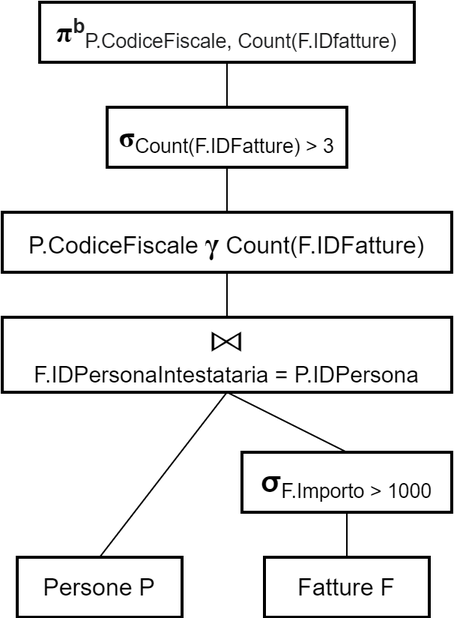
The draw.io diagram Piani di accesso/Albero logico 3.png in alessandro-antonelli/Studio-professionale-fatture, before a commit. Source tidied: cells renumbered, new cells last; positions are measured from the earlier drawing's top-left corner, leaving out a move shared by most shapes. Source of this version:
```xml
<mxGraphModel>
  <root>
    <mxCell id="0" />
    <mxCell id="1" parent="0" />
    <mxCell id="2" value="Persone P" style="text;html=1;fillColor=none;align=center;verticalAlign=middle;whiteSpace=wrap;rounded=0;strokeColor=#000000;strokeWidth=2;fontFamily=Helvetica;fontSize=16;" parent="1" vertex="1">
      <mxGeometry x="10" y="370" width="110" height="40" as="geometry" />
    </mxCell>
    <mxCell id="3" value="Fatture F" style="text;html=1;fillColor=none;align=center;verticalAlign=middle;whiteSpace=wrap;rounded=0;strokeColor=#000000;strokeWidth=2;fontFamily=Helvetica;fontSize=16;" parent="1" vertex="1">
      <mxGeometry x="175" y="370" width="110" height="40" as="geometry" />
    </mxCell>
    <mxCell id="4" value="&lt;span style=&quot;text-align: left&quot;&gt;&lt;b&gt;&lt;font style=&quot;font-size: 20px&quot;&gt;σ&lt;/font&gt;&lt;/b&gt;&lt;sub&gt;F.Importo &amp;gt; 1000&lt;/sub&gt;&lt;/span&gt;" style="text;html=1;fillColor=none;align=center;verticalAlign=middle;whiteSpace=wrap;rounded=0;strokeColor=#000000;strokeWidth=2;fontFamily=Helvetica;fontSize=16;" parent="1" vertex="1">
      <mxGeometry x="160" y="300" width="140" height="40" as="geometry" />
    </mxCell>
    <mxCell id="5" style="endArrow=none;html=1;entryX=0.5;entryY=0;entryDx=0;entryDy=0;exitX=0.5;exitY=1;exitDx=0;exitDy=0;fontFamily=Helvetica;fontSize=16;" parent="1" edge="1" source="4" target="3">
      <mxGeometry relative="1" as="geometry" />
    </mxCell>
    <mxCell id="6" value="&lt;span style=&quot;text-align: left&quot;&gt;&lt;font style=&quot;font-size: 22px&quot;&gt;&lt;b&gt;⨝&lt;/b&gt;&lt;/font&gt;&lt;br&gt;&lt;font style=&quot;font-size: 15px&quot;&gt;F.IDPersonaIntestataria = P.IDPersona&lt;/font&gt;&lt;br style=&quot;font-size: 16px&quot;&gt;&lt;/span&gt;" style="text;html=1;fillColor=none;align=center;verticalAlign=middle;whiteSpace=wrap;rounded=0;strokeColor=#000000;strokeWidth=2;fontFamily=Helvetica;fontSize=16;" parent="1" vertex="1">
      <mxGeometry y="210" width="300" height="50" as="geometry" />
    </mxCell>
    <mxCell id="7" value="P.CodiceFiscale&amp;nbsp;&lt;b&gt;&lt;font style=&quot;font-size: 20px&quot; face=&quot;Times New Roman&quot;&gt;γ&lt;/font&gt;&lt;/b&gt; Count(F.IDFatture)" style="text;html=1;fillColor=none;align=center;verticalAlign=middle;whiteSpace=wrap;rounded=0;strokeColor=#000000;strokeWidth=2;fontFamily=Helvetica;fontSize=16;" parent="1" vertex="1">
      <mxGeometry y="140" width="300" height="40" as="geometry" />
    </mxCell>
    <mxCell id="8" value="&lt;font face=&quot;Times New Roman&quot; size=&quot;1&quot;&gt;&lt;b style=&quot;font-size: 20px&quot;&gt;π&lt;/b&gt;&lt;/font&gt;&lt;font color=&quot;#202122&quot;&gt;&lt;sup&gt;&lt;b&gt;b&lt;/b&gt;&lt;/sup&gt;&lt;sub&gt;P.CodiceFiscale, Count(F.IDfatture)&lt;/sub&gt;&lt;/font&gt;" style="text;html=1;fillColor=none;align=center;verticalAlign=middle;whiteSpace=wrap;rounded=0;strokeColor=#000000;strokeWidth=2;fontFamily=Helvetica;fontSize=16;" parent="1" vertex="1">
      <mxGeometry x="25" width="250" height="40" as="geometry" />
    </mxCell>
    <mxCell id="9" style="endArrow=none;html=1;entryX=0.5;entryY=1;entryDx=0;entryDy=0;exitX=0.5;exitY=0;exitDx=0;exitDy=0;fontFamily=Helvetica;fontSize=16;" parent="1" edge="1" source="2" target="6">
      <mxGeometry relative="1" as="geometry" />
    </mxCell>
    <mxCell id="10" style="endArrow=none;html=1;entryX=0.5;entryY=1;entryDx=0;entryDy=0;exitX=0.5;exitY=0;exitDx=0;exitDy=0;fontFamily=Helvetica;fontSize=16;" parent="1" edge="1" source="4" target="6">
      <mxGeometry relative="1" as="geometry" />
    </mxCell>
    <mxCell id="11" style="endArrow=none;html=1;entryX=0.5;entryY=1;entryDx=0;entryDy=0;exitX=0.5;exitY=0;exitDx=0;exitDy=0;fontFamily=Helvetica;fontSize=16;" parent="1" edge="1" source="6" target="7">
      <mxGeometry relative="1" as="geometry" />
    </mxCell>
    <mxCell id="12" value="&lt;span style=&quot;text-align: left&quot;&gt;&lt;b&gt;&lt;font face=&quot;Times New Roman&quot; style=&quot;font-size: 20px&quot;&gt;σ&lt;/font&gt;&lt;/b&gt;&lt;sub&gt;Count(F.IDFatture) &amp;gt; 3&lt;/sub&gt;&lt;/span&gt;" style="text;html=1;fillColor=none;align=center;verticalAlign=middle;whiteSpace=wrap;rounded=0;strokeColor=#000000;strokeWidth=2;fontFamily=Helvetica;fontSize=16;" parent="1" vertex="1">
      <mxGeometry x="70" y="70" width="160" height="40" as="geometry" />
    </mxCell>
    <mxCell id="13" style="endArrow=none;html=1;exitX=0.5;exitY=1;exitDx=0;exitDy=0;entryX=0.5;entryY=0;entryDx=0;entryDy=0;fontFamily=Helvetica;fontSize=16;" parent="1" edge="1" source="12" target="7">
      <mxGeometry relative="1" as="geometry" />
    </mxCell>
    <mxCell id="14" style="endArrow=none;html=1;entryX=0.5;entryY=0;entryDx=0;entryDy=0;exitX=0.5;exitY=1;exitDx=0;exitDy=0;fontFamily=Helvetica;fontSize=16;" parent="1" edge="1" source="8" target="12">
      <mxGeometry relative="1" as="geometry" />
    </mxCell>
  </root>
</mxGraphModel>
```
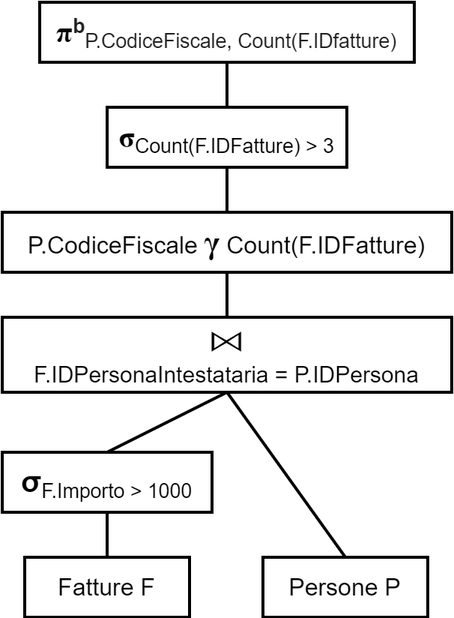
The same file after the commit.

What changed in the source:
```diff
@@ -3,42 +3,42 @@
     <mxCell id="0" />
     <mxCell id="1" parent="0" />
     <mxCell id="2" value="Persone P" style="text;html=1;fillColor=none;align=center;verticalAlign=middle;whiteSpace=wrap;rounded=0;strokeColor=#000000;strokeWidth=2;fontFamily=Helvetica;fontSize=16;" parent="1" vertex="1">
-      <mxGeometry x="10" y="370" width="110" height="40" as="geometry" />
+      <mxGeometry x="174" y="370" width="110" height="40" as="geometry" />
     </mxCell>
     <mxCell id="3" value="Fatture F" style="text;html=1;fillColor=none;align=center;verticalAlign=middle;whiteSpace=wrap;rounded=0;strokeColor=#000000;strokeWidth=2;fontFamily=Helvetica;fontSize=16;" parent="1" vertex="1">
-      <mxGeometry x="175" y="370" width="110" height="40" as="geometry" />
+      <mxGeometry x="15" y="370" width="110" height="40" as="geometry" />
     </mxCell>
     <mxCell id="4" value="&lt;span style=&quot;text-align: left&quot;&gt;&lt;b&gt;&lt;font style=&quot;font-size: 20px&quot;&gt;σ&lt;/font&gt;&lt;/b&gt;&lt;sub&gt;F.Importo &amp;gt; 1000&lt;/sub&gt;&lt;/span&gt;" style="text;html=1;fillColor=none;align=center;verticalAlign=middle;whiteSpace=wrap;rounded=0;strokeColor=#000000;strokeWidth=2;fontFamily=Helvetica;fontSize=16;" parent="1" vertex="1">
-      <mxGeometry x="160" y="300" width="140" height="40" as="geometry" />
+      <mxGeometry y="300" width="140" height="40" as="geometry" />
     </mxCell>
-    <mxCell id="5" style="endArrow=none;html=1;entryX=0.5;entryY=0;entryDx=0;entryDy=0;exitX=0.5;exitY=1;exitDx=0;exitDy=0;fontFamily=Helvetica;fontSize=16;" parent="1" edge="1" source="4" target="3">
+    <mxCell id="5" style="endArrow=none;html=1;entryX=0.5;entryY=0;entryDx=0;entryDy=0;exitX=0.5;exitY=1;exitDx=0;exitDy=0;fontFamily=Helvetica;fontSize=16;strokeWidth=2;" parent="1" edge="1" source="4" target="3">
       <mxGeometry relative="1" as="geometry" />
     </mxCell>
     <mxCell id="6" value="&lt;span style=&quot;text-align: left&quot;&gt;&lt;font style=&quot;font-size: 22px&quot;&gt;&lt;b&gt;⨝&lt;/b&gt;&lt;/font&gt;&lt;br&gt;&lt;font style=&quot;font-size: 15px&quot;&gt;F.IDPersonaIntestataria = P.IDPersona&lt;/font&gt;&lt;br style=&quot;font-size: 16px&quot;&gt;&lt;/span&gt;" style="text;html=1;fillColor=none;align=center;verticalAlign=middle;whiteSpace=wrap;rounded=0;strokeColor=#000000;strokeWidth=2;fontFamily=Helvetica;fontSize=16;" parent="1" vertex="1">
       <mxGeometry y="210" width="300" height="50" as="geometry" />
     </mxCell>
-    <mxCell id="7" value="P.CodiceFiscale&amp;nbsp;&lt;b&gt;&lt;font style=&quot;font-size: 20px&quot; face=&quot;Times New Roman&quot;&gt;γ&lt;/font&gt;&lt;/b&gt; Count(F.IDFatture)" style="text;html=1;fillColor=none;align=center;verticalAlign=middle;whiteSpace=wrap;rounded=0;strokeColor=#000000;strokeWidth=2;fontFamily=Helvetica;fontSize=16;" parent="1" vertex="1">
+    <mxCell id="7" value="P.CodiceFiscale&amp;nbsp;&lt;b&gt;&lt;font style=&quot;font-size: 22px&quot; face=&quot;Times New Roman&quot;&gt;γ&lt;/font&gt;&lt;/b&gt; Count(F.IDFatture)" style="text;html=1;fillColor=none;align=center;verticalAlign=middle;whiteSpace=wrap;rounded=0;strokeColor=#000000;strokeWidth=2;fontFamily=Helvetica;fontSize=16;" parent="1" vertex="1">
       <mxGeometry y="140" width="300" height="40" as="geometry" />
     </mxCell>
     <mxCell id="8" value="&lt;font face=&quot;Times New Roman&quot; size=&quot;1&quot;&gt;&lt;b style=&quot;font-size: 20px&quot;&gt;π&lt;/b&gt;&lt;/font&gt;&lt;font color=&quot;#202122&quot;&gt;&lt;sup&gt;&lt;b&gt;b&lt;/b&gt;&lt;/sup&gt;&lt;sub&gt;P.CodiceFiscale, Count(F.IDfatture)&lt;/sub&gt;&lt;/font&gt;" style="text;html=1;fillColor=none;align=center;verticalAlign=middle;whiteSpace=wrap;rounded=0;strokeColor=#000000;strokeWidth=2;fontFamily=Helvetica;fontSize=16;" parent="1" vertex="1">
       <mxGeometry x="25" width="250" height="40" as="geometry" />
     </mxCell>
-    <mxCell id="9" style="endArrow=none;html=1;entryX=0.5;entryY=1;entryDx=0;entryDy=0;exitX=0.5;exitY=0;exitDx=0;exitDy=0;fontFamily=Helvetica;fontSize=16;" parent="1" edge="1" source="2" target="6">
+    <mxCell id="9" style="endArrow=none;html=1;entryX=0.5;entryY=1;entryDx=0;entryDy=0;exitX=0.5;exitY=0;exitDx=0;exitDy=0;fontFamily=Helvetica;fontSize=16;strokeWidth=2;" parent="1" edge="1" source="2" target="6">
       <mxGeometry relative="1" as="geometry" />
     </mxCell>
-    <mxCell id="10" style="endArrow=none;html=1;entryX=0.5;entryY=1;entryDx=0;entryDy=0;exitX=0.5;exitY=0;exitDx=0;exitDy=0;fontFamily=Helvetica;fontSize=16;" parent="1" edge="1" source="4" target="6">
+    <mxCell id="10" style="endArrow=none;html=1;entryX=0.5;entryY=1;entryDx=0;entryDy=0;exitX=0.5;exitY=0;exitDx=0;exitDy=0;fontFamily=Helvetica;fontSize=16;strokeWidth=2;" parent="1" edge="1" source="4" target="6">
       <mxGeometry relative="1" as="geometry" />
     </mxCell>
-    <mxCell id="11" style="endArrow=none;html=1;entryX=0.5;entryY=1;entryDx=0;entryDy=0;exitX=0.5;exitY=0;exitDx=0;exitDy=0;fontFamily=Helvetica;fontSize=16;" parent="1" edge="1" source="6" target="7">
+    <mxCell id="11" style="endArrow=none;html=1;entryX=0.5;entryY=1;entryDx=0;entryDy=0;exitX=0.5;exitY=0;exitDx=0;exitDy=0;fontFamily=Helvetica;fontSize=16;strokeWidth=2;" parent="1" edge="1" source="6" target="7">
       <mxGeometry relative="1" as="geometry" />
     </mxCell>
     <mxCell id="12" value="&lt;span style=&quot;text-align: left&quot;&gt;&lt;b&gt;&lt;font face=&quot;Times New Roman&quot; style=&quot;font-size: 20px&quot;&gt;σ&lt;/font&gt;&lt;/b&gt;&lt;sub&gt;Count(F.IDFatture) &amp;gt; 3&lt;/sub&gt;&lt;/span&gt;" style="text;html=1;fillColor=none;align=center;verticalAlign=middle;whiteSpace=wrap;rounded=0;strokeColor=#000000;strokeWidth=2;fontFamily=Helvetica;fontSize=16;" parent="1" vertex="1">
       <mxGeometry x="70" y="70" width="160" height="40" as="geometry" />
     </mxCell>
-    <mxCell id="13" style="endArrow=none;html=1;exitX=0.5;exitY=1;exitDx=0;exitDy=0;entryX=0.5;entryY=0;entryDx=0;entryDy=0;fontFamily=Helvetica;fontSize=16;" parent="1" edge="1" source="12" target="7">
+    <mxCell id="13" style="endArrow=none;html=1;exitX=0.5;exitY=1;exitDx=0;exitDy=0;entryX=0.5;entryY=0;entryDx=0;entryDy=0;fontFamily=Helvetica;fontSize=16;strokeWidth=2;" parent="1" edge="1" source="12" target="7">
       <mxGeometry relative="1" as="geometry" />
     </mxCell>
-    <mxCell id="14" style="endArrow=none;html=1;entryX=0.5;entryY=0;entryDx=0;entryDy=0;exitX=0.5;exitY=1;exitDx=0;exitDy=0;fontFamily=Helvetica;fontSize=16;" parent="1" edge="1" source="8" target="12">
+    <mxCell id="14" style="endArrow=none;html=1;entryX=0.5;entryY=0;entryDx=0;entryDy=0;exitX=0.5;exitY=1;exitDx=0;exitDy=0;fontFamily=Helvetica;fontSize=16;strokeWidth=2;" parent="1" edge="1" source="8" target="12">
       <mxGeometry relative="1" as="geometry" />
     </mxCell>
   </root>
```
